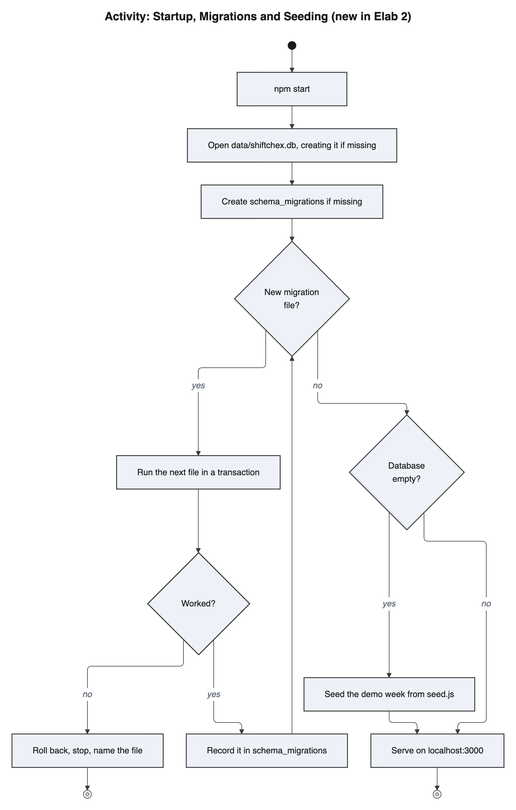
This is diagrams/images/behavior/activity_startup.png from perfettiful/ShiftChex, a Mermaid export, as it was before one commit. Its source is kept beside it as diagrams/mmd/behavior/activity_startup.mmd. Source of this version:
```mermaid
---
title: "Activity: Startup, Migrations and Seeding (new in Elab 2)"
config:
  layout: elk
  flowchart:
    wrappingWidth: 320
---
flowchart TB
    start@{ shape: sm-circ } --> A1["npm start"]
    A1 --> A2["Open data/shiftchex.db, creating it if missing"]
    A2 --> A3["Create schema_migrations if missing"]
    A3 --> D1{"New migration<br/>file?"}
    D1 -- yes --> A4["Run the next file in a transaction"]
    A4 --> D2{"Worked?"}
    D2 -- yes --> A5["Record it in schema_migrations"] --> D1
    D2 -- no --> A6["Roll back, stop, name the file"] --> stop1@{ shape: fr-circ }
    D1 -- no --> D3{"Database<br/>empty?"}
    D3 -- yes --> A7["Seed the demo week from seed.js"] --> A8
    D3 -- no --> A8["Serve on localhost:3000"]
    A8 --> stop2@{ shape: fr-circ }
```
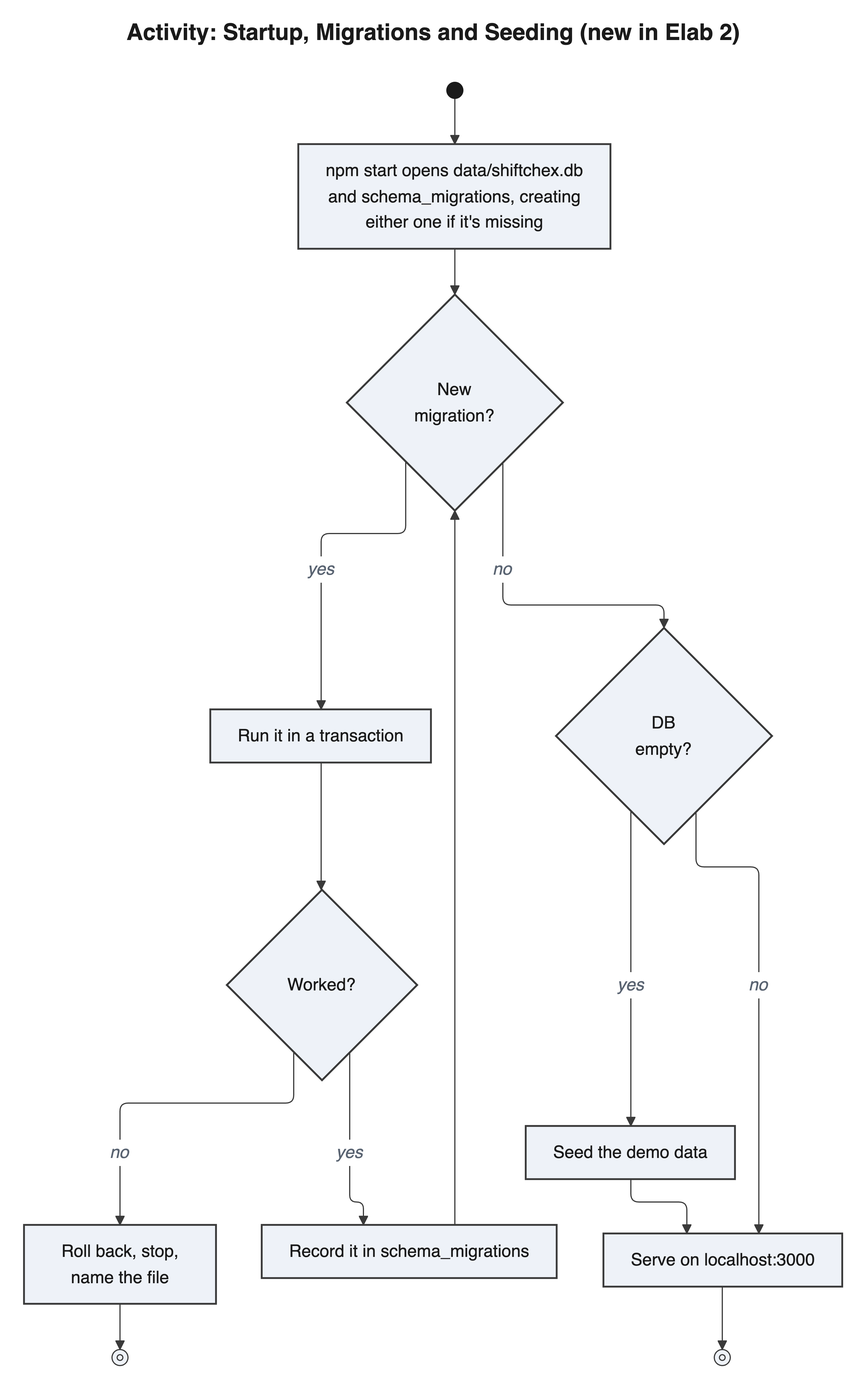
Later version of the same file.

What changed in the source:
```diff
@@ -3,18 +3,16 @@
 config:
   layout: elk
   flowchart:
-    wrappingWidth: 320
+    wrappingWidth: 260
 ---
 flowchart TB
-    start@{ shape: sm-circ } --> A1["npm start"]
-    A1 --> A2["Open data/shiftchex.db, creating it if missing"]
-    A2 --> A3["Create schema_migrations if missing"]
-    A3 --> D1{"New migration<br/>file?"}
-    D1 -- yes --> A4["Run the next file in a transaction"]
+    start@{ shape: sm-circ } --> A1["npm start opens data/shiftchex.db<br/>and schema_migrations, creating<br/>either one if it's missing"]
+    A1 --> D1{"New<br/>migration?"}
+    D1 -- yes --> A4["Run it in a transaction"]
     A4 --> D2{"Worked?"}
     D2 -- yes --> A5["Record it in schema_migrations"] --> D1
-    D2 -- no --> A6["Roll back, stop, name the file"] --> stop1@{ shape: fr-circ }
-    D1 -- no --> D3{"Database<br/>empty?"}
-    D3 -- yes --> A7["Seed the demo week from seed.js"] --> A8
+    D2 -- no --> A6["Roll back, stop,<br/>name the file"] --> stop1@{ shape: fr-circ }
+    D1 -- no --> D3{"DB<br/>empty?"}
+    D3 -- yes --> A7["Seed the demo data"] --> A8
     D3 -- no --> A8["Serve on localhost:3000"]
     A8 --> stop2@{ shape: fr-circ }
```
